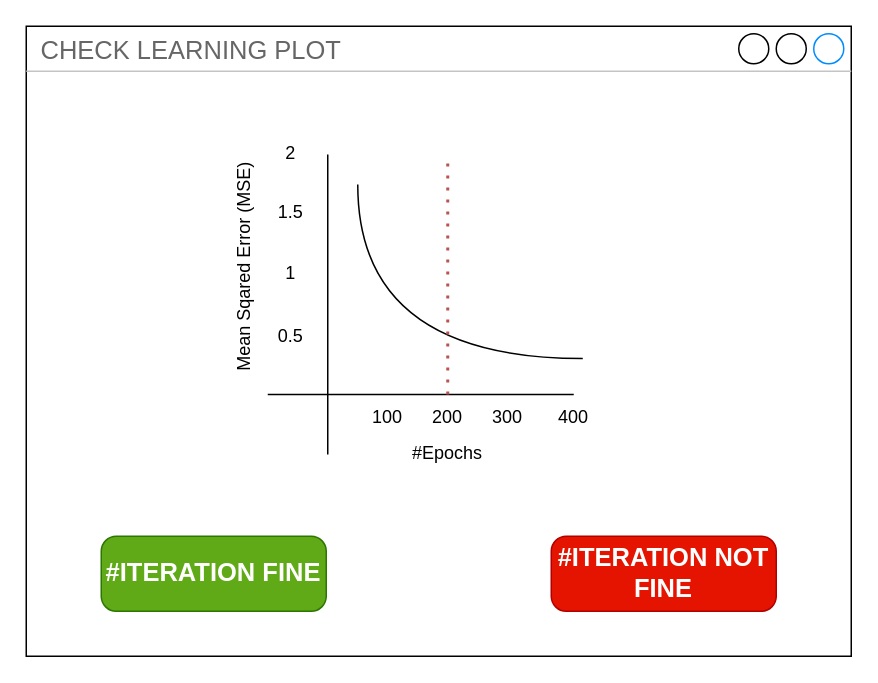
This is check_learning_plot.drawio from BaffoBello14/AutomaticDamagesRecognition, a draw.io file, before an edit. Source tidied: cells renumbered, new cells numbered last; positions are measured from the earlier drawing's top-left corner, leaving out a move shared by most shapes. Both pictures are drawn from the tidied source at 150%, with x=0, y=0 at pixel (26, 26).
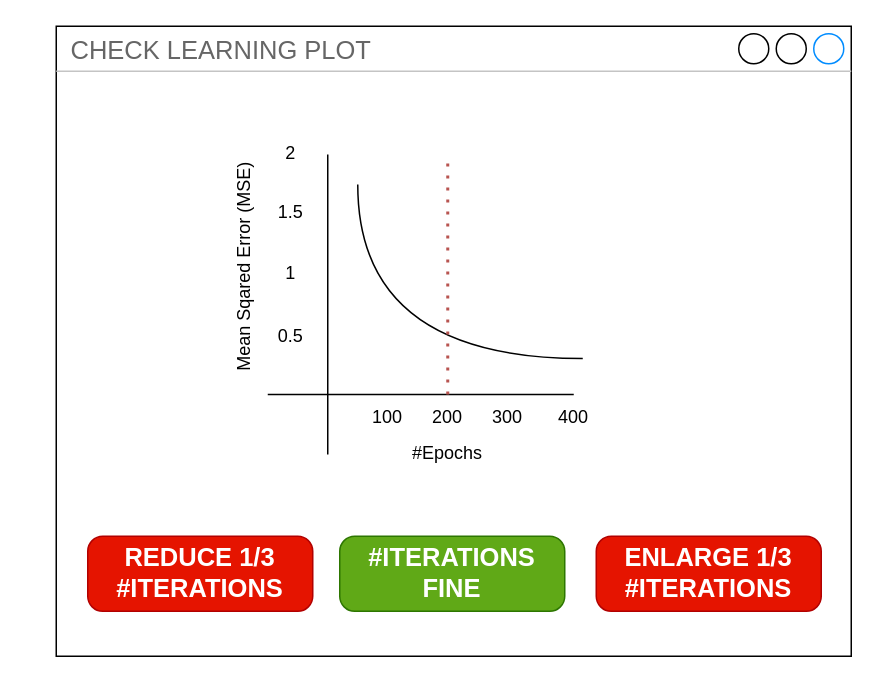
The same diagram, later.

The edit, as a diff of the source:
```diff
@@
     <mxCell id="2" value="CHECK LEARNING PLOT" style="strokeWidth=1;shadow=0;dashed=0;align=center;html=1;shape=mxgraph.mockup.containers.window;align=left;verticalAlign=top;spacingLeft=8;strokeColor2=#008cff;strokeColor3=#c4c4c4;fontColor=#666666;mainText=;fontSize=17;labelBackgroundColor=none;whiteSpace=wrap;" parent="1" vertex="1">
-      <mxGeometry width="550" height="420" as="geometry" />
+      <mxGeometry x="20" width="530" height="420" as="geometry" />
     </mxCell>
-    <mxCell id="3" value="#ITERATION FINE" style="strokeWidth=1;shadow=0;dashed=0;align=center;html=1;shape=mxgraph.mockup.buttons.button;strokeColor=#2D7600;fontColor=#ffffff;mainText=;buttonStyle=round;fontSize=17;fontStyle=1;fillColor=#60a917;whiteSpace=wrap;" parent="1" vertex="1">
-      <mxGeometry x="50" y="340" width="150" height="50" as="geometry" />
+    <mxCell id="3" value="#ITERATIONS FINE" style="strokeWidth=1;shadow=0;dashed=0;align=center;html=1;shape=mxgraph.mockup.buttons.button;strokeColor=#2D7600;fontColor=#ffffff;mainText=;buttonStyle=round;fontSize=17;fontStyle=1;fillColor=#60a917;whiteSpace=wrap;" parent="1" vertex="1">
+      <mxGeometry x="209" y="340" width="150" height="50" as="geometry" />
     </mxCell>
-    <mxCell id="4" value="#ITERATION NOT FINE" style="strokeWidth=1;shadow=0;dashed=0;align=center;html=1;shape=mxgraph.mockup.buttons.button;strokeColor=#B20000;mainText=;buttonStyle=round;fontSize=17;fontStyle=1;fillColor=#e51400;whiteSpace=wrap;fontColor=#ffffff;" parent="1" vertex="1">
-      <mxGeometry x="350" y="340" width="150" height="50" as="geometry" />
+    <mxCell id="4" value="REDUCE 1/3 #ITERATIONS" style="strokeWidth=1;shadow=0;dashed=0;align=center;html=1;shape=mxgraph.mockup.buttons.button;strokeColor=#B20000;mainText=;buttonStyle=round;fontSize=17;fontStyle=1;fillColor=#e51400;whiteSpace=wrap;fontColor=#ffffff;" parent="1" vertex="1">
+      <mxGeometry x="41" y="340" width="150" height="50" as="geometry" />
     </mxCell>
@@
+    <mxCell id="19" value="ENLARGE 1/3 #ITERATIONS" style="strokeWidth=1;shadow=0;dashed=0;align=center;html=1;shape=mxgraph.mockup.buttons.button;strokeColor=#B20000;mainText=;buttonStyle=round;fontSize=17;fontStyle=1;fillColor=#e51400;whiteSpace=wrap;fontColor=#ffffff;" parent="1" vertex="1">
+      <mxGeometry x="380" y="340" width="150" height="50" as="geometry" />
+    </mxCell>
```
